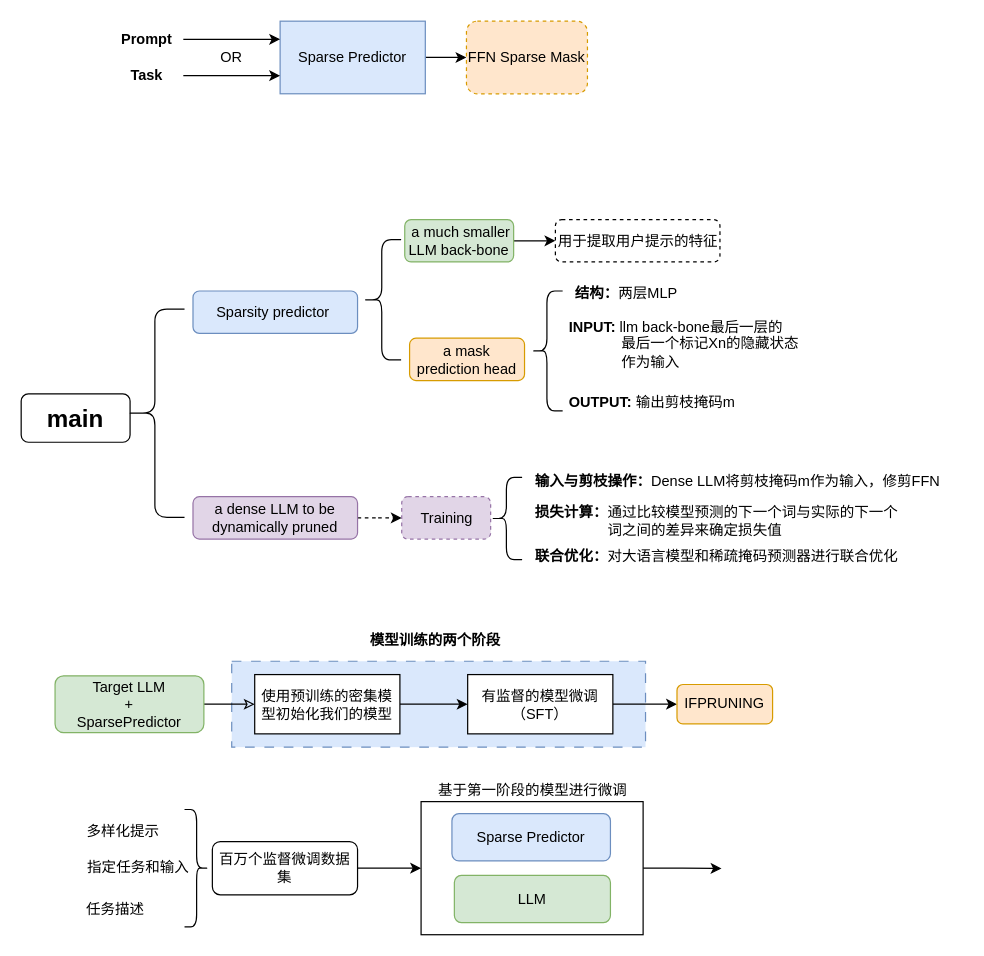
Before: llama.cpp/大语言模型的指令跟踪修剪.drawio in mailonghua/drawio, a draw.io diagram. Source tidied: cells renumbered, new cells numbered last; positions are measured from the earlier drawing's top-left corner, leaving out a move shared by most shapes. Both pictures are drawn from the tidied source at 121%, with x=0, y=0 at pixel (21, 21).
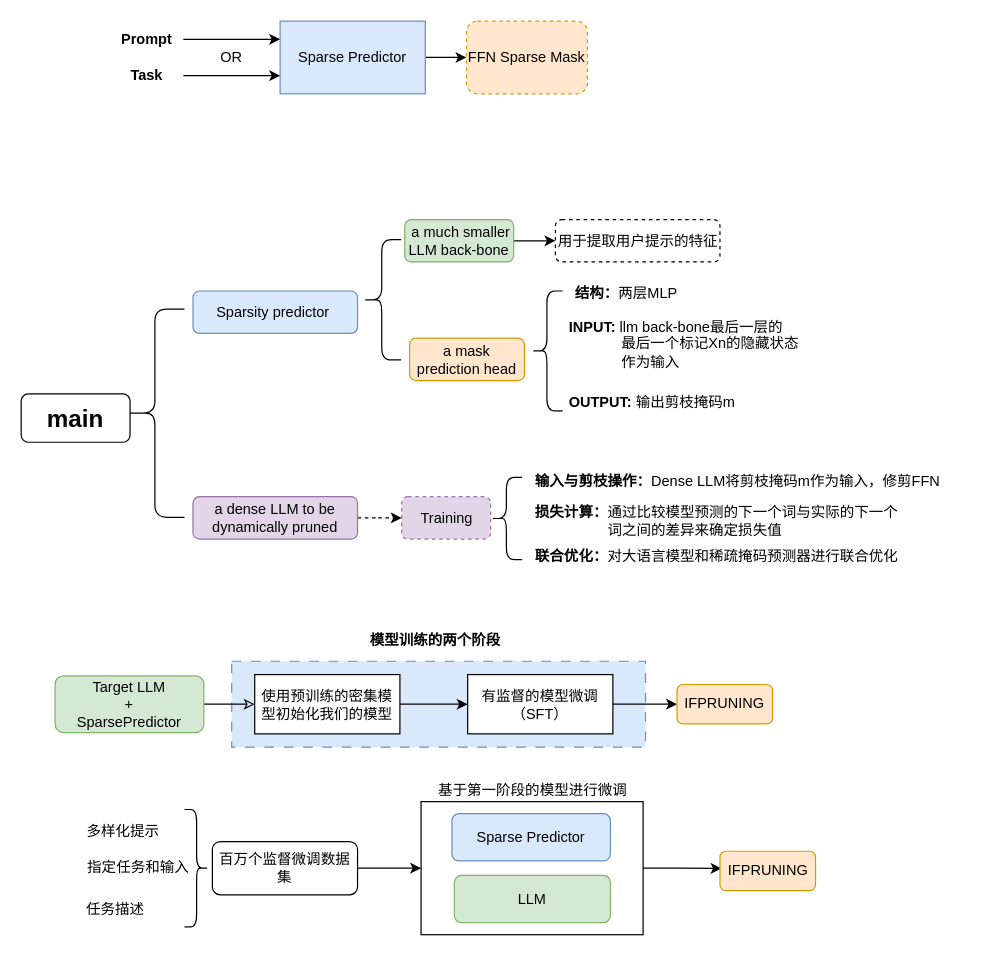
Above is the later version.

Commit message:
更新大语言模型的指令跟踪修剪.drawio

The edit, as a diff of the source:
```diff
@@
+    <mxCell id="48" value="IFPRUNING" style="rounded=1;whiteSpace=wrap;html=1;fillColor=#ffe6cc;strokeColor=#d79b00;" parent="1" vertex="1">
+      <mxGeometry x="577.5" y="686" width="79" height="32.5" as="geometry" />
+    </mxCell>
```
